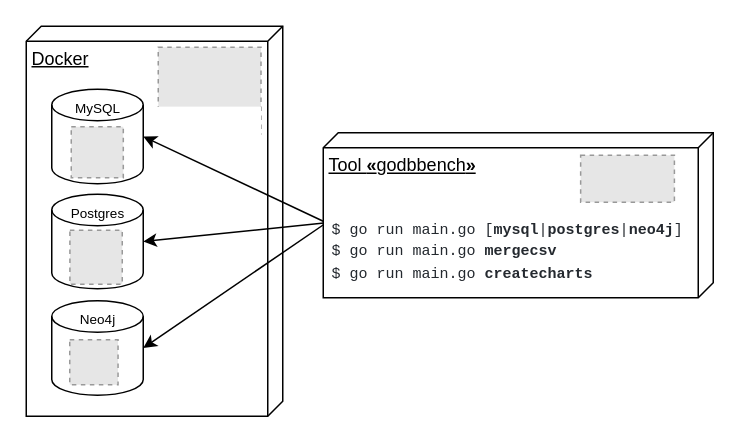
This is docs/assets/systemlandscape.drawio from RomanBoegli/godbbench, a draw.io file, before an edit. Source tidied: cells renumbered, new cells numbered last; positions are measured from the earlier drawing's top-left corner, leaving out a move shared by most shapes. Both pictures are drawn from the tidied source at 150%, with x=0, y=0 at pixel (26, 26). Pictures stored in the file or linked from it are replaced by grey dashed boxes.
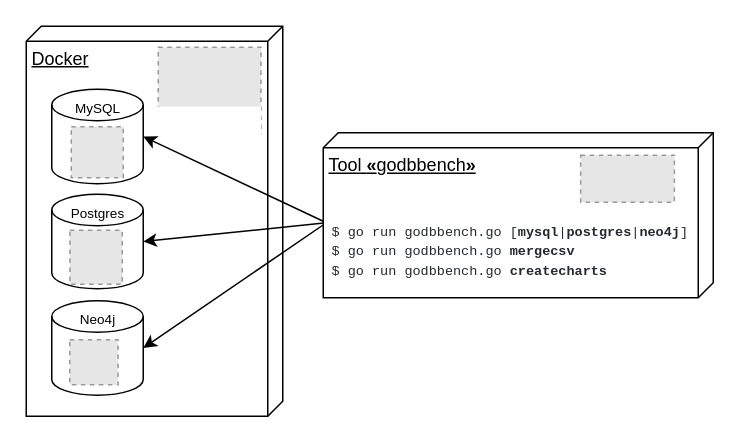
After the change.

The change refers to these unchanged cells:
```xml
<mxCell id="21" style="group;" parent="1" vertex="1">
  <mxGeometry x="198" y="71" width="268.2" height="110" as="geometry" />
</mxCell>
```

The edit, as a diff of the source:
```diff
@@
-    <mxCell id="24" value="&lt;pre style=&quot;box-sizing: border-box; font-size: 10px; margin-top: 0px; margin-bottom: 0px; overflow-wrap: normal; padding: 16px; overflow: auto; line-height: 1.45; border-radius: 6px; word-break: normal; color: rgb(36, 41, 47); font-style: normal; font-weight: 400; letter-spacing: normal; text-indent: 0px; text-transform: none; word-spacing: 0px; text-decoration: none;&quot;&gt;&lt;span class=&quot;pl-c1&quot; style=&quot;box-sizing: border-box; font-size: 10px;&quot;&gt;$ go run main.go [&lt;b style=&quot;font-size: 10px;&quot;&gt;mysql&lt;/b&gt;|&lt;b style=&quot;font-size: 10px;&quot;&gt;postgres&lt;/b&gt;|&lt;b style=&quot;font-size: 10px;&quot;&gt;neo4j&lt;/b&gt;]&lt;br style=&quot;font-size: 10px;&quot;&gt;&lt;/span&gt;&lt;span class=&quot;pl-c1&quot; style=&quot;box-sizing: border-box; font-size: 10px;&quot;&gt;$ go run main.go &lt;b style=&quot;font-size: 10px;&quot;&gt;mergecsv&lt;/b&gt;&lt;br style=&quot;font-size: 10px;&quot;&gt;&lt;/span&gt;&lt;span class=&quot;pl-c1&quot; style=&quot;box-sizing: border-box; font-size: 10px;&quot;&gt;$ go run main.go &lt;b style=&quot;font-size: 10px;&quot;&gt;createcharts&lt;/b&gt;&lt;/span&gt;&lt;b style=&quot;font-size: 10px;&quot;&gt;&lt;span class=&quot;pl-c1&quot; style=&quot;box-sizing: border-box; font-size: 10px;&quot;&gt;&lt;/span&gt;&lt;span class=&quot;pl-c1&quot; style=&quot;box-sizing: border-box; font-size: 10px;&quot;&gt;&lt;/span&gt;&lt;/b&gt;&lt;/pre&gt;" style="text;html=1;strokeColor=none;fillColor=none;align=left;verticalAlign=middle;whiteSpace=wrap;rounded=0;fontSize=10;spacing=0;spacingLeft=-12;" parent="21" vertex="1">
+    <mxCell id="24" value="&lt;pre style=&quot;box-sizing: border-box ; font-size: 9px ; margin-top: 0px ; margin-bottom: 0px ; overflow-wrap: normal ; padding: 16px ; overflow: auto ; line-height: 1.45 ; border-radius: 6px ; word-break: normal ; color: rgb(36 , 41 , 47) ; font-style: normal ; font-weight: 400 ; letter-spacing: normal ; text-indent: 0px ; text-transform: none ; word-spacing: 0px ; text-decoration: none&quot;&gt;&lt;font style=&quot;font-size: 9px&quot;&gt;&lt;span class=&quot;pl-c1&quot; style=&quot;box-sizing: border-box&quot;&gt;$ go run godbbench.go [&lt;b&gt;mysql&lt;/b&gt;|&lt;b&gt;postgres&lt;/b&gt;|&lt;b&gt;neo4j&lt;/b&gt;]&lt;br&gt;&lt;/span&gt;&lt;span class=&quot;pl-c1&quot; style=&quot;box-sizing: border-box&quot;&gt;$ go run godbbench.go &lt;b&gt;mergecsv&lt;/b&gt;&lt;br&gt;&lt;/span&gt;&lt;span class=&quot;pl-c1&quot; style=&quot;box-sizing: border-box&quot;&gt;$ go run godbbench.go &lt;b&gt;createcharts&lt;/b&gt;&lt;/span&gt;&lt;b&gt;&lt;span class=&quot;pl-c1&quot; style=&quot;box-sizing: border-box&quot;&gt;&lt;/span&gt;&lt;span class=&quot;pl-c1&quot; style=&quot;box-sizing: border-box&quot;&gt;&lt;/span&gt;&lt;/b&gt;&lt;/font&gt;&lt;/pre&gt;" style="text;html=1;strokeColor=none;fillColor=none;align=left;verticalAlign=middle;whiteSpace=wrap;rounded=0;fontSize=10;spacing=0;spacingLeft=-12;" parent="21" vertex="1">
       <mxGeometry x="2.1" y="60" width="266.1" height="40" as="geometry" />
     </mxCell>
```
